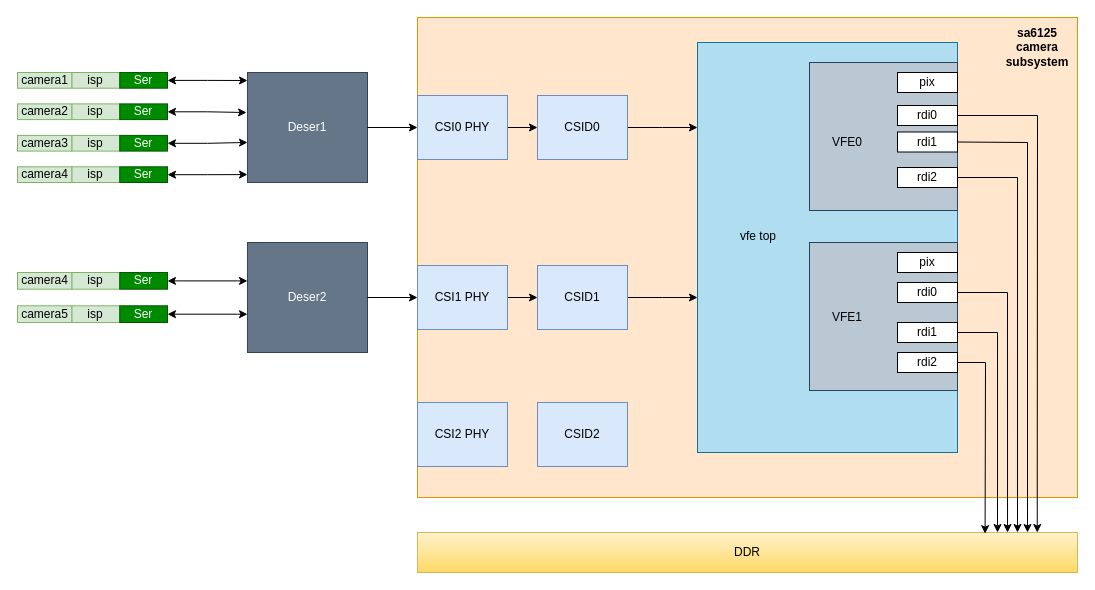
Before: 6125-camera.drawio in long585/gitlearn, a draw.io diagram. Source tidied: cells renumbered, new cells numbered last; positions are measured from the earlier drawing's top-left corner, leaving out a move shared by most shapes. Both pictures are drawn from the tidied source at 100%, with x=0, y=0 at pixel (17, 17).
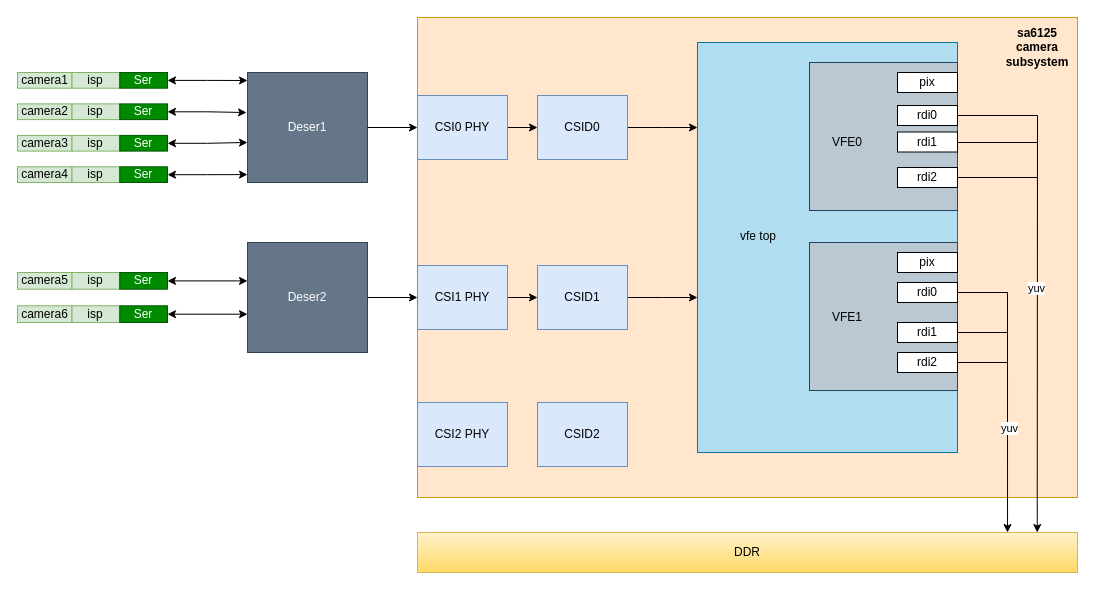
After the change.

The change refers to these unchanged cells:
```xml
<mxCell id="4" style="group;" parent="2" vertex="1">
  <mxGeometry y="30" width="150" height="50" as="geometry" />
</mxCell>
<mxCell id="52" value="rdi1" style="rounded=0;whiteSpace=wrap;html=1;fillColor=default;" parent="46" vertex="1">
  <mxGeometry x="200" y="89.5" width="60" height="20" as="geometry" />
</mxCell>
<mxCell id="53" value="rdi2" style="rounded=0;whiteSpace=wrap;html=1;fillColor=default;" parent="46" vertex="1">
  <mxGeometry x="200" y="125" width="60" height="20" as="geometry" />
</mxCell>
<mxCell id="57" value="rdi2" style="rounded=0;whiteSpace=wrap;html=1;fillColor=default;" parent="46" vertex="1">
  <mxGeometry x="200" y="310" width="60" height="20" as="geometry" />
</mxCell>
<mxCell id="61" value="DDR" style="rounded=0;whiteSpace=wrap;html=1;fillColor=#fff2cc;gradientColor=#ffd966;strokeColor=#d6b656;" parent="1" vertex="1">
  <mxGeometry x="400" y="515" width="660" height="40" as="geometry" />
</mxCell>
<mxCell id="62" style="endArrow=classic;html=1;rounded=0;exitX=1;exitY=0.5;exitDx=0;exitDy=0;jumpStyle=line;entryX=0.939;entryY=0;entryDx=0;entryDy=0;entryPerimeter=0;" parent="1" edge="1" source="51" target="61">
  <mxGeometry relative="1" as="geometry">
    <Array as="points">
      <mxPoint x="1020" y="98" />
    </Array>
  </mxGeometry>
</mxCell>
<mxCell id="65" style="endArrow=classic;html=1;rounded=0;jumpStyle=line;exitX=1;exitY=0.5;exitDx=0;exitDy=0;entryX=0.894;entryY=0;entryDx=0;entryDy=0;entryPerimeter=0;" parent="1" edge="1" source="55" target="61">
  <mxGeometry relative="1" as="geometry">
    <Array as="points">
      <mxPoint x="990" y="275" />
    </Array>
  </mxGeometry>
</mxCell>
```

Change to the diagram source:
```diff
@@
-    <mxCell id="5" value="camera4" style="rounded=0;whiteSpace=wrap;html=1;fillColor=#d5e8d4;strokeColor=#82b366;" parent="4" vertex="1">
+    <mxCell id="5" value="camera5" style="rounded=0;whiteSpace=wrap;html=1;fillColor=#d5e8d4;strokeColor=#82b366;" parent="4" vertex="1">
       <mxGeometry width="54.5" height="16.7" as="geometry" />
     </mxCell>
@@
-    <mxCell id="8" value="camera5" style="rounded=0;whiteSpace=wrap;html=1;fillColor=#d5e8d4;strokeColor=#82b366;" parent="4" vertex="1">
+    <mxCell id="8" value="camera6" style="rounded=0;whiteSpace=wrap;html=1;fillColor=#d5e8d4;strokeColor=#82b366;" parent="4" vertex="1">
       <mxGeometry y="33.3" width="54.5" height="16.7" as="geometry" />
     </mxCell>
@@
-    <mxCell id="63" style="endArrow=classic;html=1;rounded=0;jumpStyle=line;exitX=1;exitY=0.5;exitDx=0;exitDy=0;" parent="1" edge="1" source="52">
-      <mxGeometry relative="1" as="geometry">
-        <mxPoint x="1010" y="515" as="targetPoint" />
-        <Array as="points">
-          <mxPoint x="1010" y="125" />
-        </Array>
-      </mxGeometry>
-    </mxCell>
-    <mxCell id="64" style="endArrow=classic;html=1;rounded=0;jumpStyle=line;exitX=1;exitY=0.5;exitDx=0;exitDy=0;" parent="1" edge="1" source="53">
-      <mxGeometry relative="1" as="geometry">
-        <mxPoint x="1000" y="515" as="targetPoint" />
-        <Array as="points">
-          <mxPoint x="1000" y="160" />
-        </Array>
-      </mxGeometry>
-    </mxCell>
+    <mxCell id="68" value="yuv" style="edgeLabel;html=1;align=center;verticalAlign=middle;" parent="62" vertex="1">
+      <mxGeometry x="0.02" y="-1" relative="1" as="geometry" />
+    </mxCell>
@@
-    <mxCell id="66" style="endArrow=classic;html=1;rounded=0;jumpStyle=line;" parent="1" edge="1">
-      <mxGeometry relative="1" as="geometry">
-        <mxPoint x="940" y="315" as="sourcePoint" />
-        <mxPoint x="980" y="515" as="targetPoint" />
-        <Array as="points">
-          <mxPoint x="980" y="315" />
-        </Array>
-      </mxGeometry>
-    </mxCell>
-    <mxCell id="67" style="endArrow=classic;html=1;rounded=0;jumpStyle=line;exitX=1;exitY=0.5;exitDx=0;exitDy=0;entryX=0.86;entryY=0.029;entryDx=0;entryDy=0;entryPerimeter=0;" parent="1" edge="1" source="57" target="61">
-      <mxGeometry relative="1" as="geometry">
-        <Array as="points">
-          <mxPoint x="968" y="345" />
-        </Array>
-      </mxGeometry>
-    </mxCell>
+    <mxCell id="69" value="yuv" style="edgeLabel;html=1;align=center;verticalAlign=middle;" parent="65" vertex="1">
+      <mxGeometry x="0.28" y="1" relative="1" as="geometry" />
+    </mxCell>
+    <mxCell id="70" style="endArrow=none;html=1;rounded=0;jumpStyle=line;" parent="1" edge="1">
+      <mxGeometry relative="1" as="geometry">
+        <mxPoint x="940" y="125" as="sourcePoint" />
+        <mxPoint x="1020" y="125" as="targetPoint" />
+      </mxGeometry>
+    </mxCell>
+    <mxCell id="71" style="endArrow=none;html=1;rounded=0;jumpStyle=line;exitX=1;exitY=0.5;exitDx=0;exitDy=0;" parent="1" edge="1" source="53">
+      <mxGeometry relative="1" as="geometry">
+        <mxPoint x="1020" y="160" as="targetPoint" />
+      </mxGeometry>
+    </mxCell>
+    <mxCell id="72" style="endArrow=none;html=1;rounded=0;jumpStyle=line;" parent="1" edge="1">
+      <mxGeometry relative="1" as="geometry">
+        <mxPoint x="940" y="315" as="sourcePoint" />
+        <mxPoint x="990" y="315" as="targetPoint" />
+      </mxGeometry>
+    </mxCell>
+    <mxCell id="73" style="endArrow=none;html=1;rounded=0;jumpStyle=line;" parent="1" edge="1">
+      <mxGeometry relative="1" as="geometry">
+        <mxPoint x="940" y="345" as="sourcePoint" />
+        <mxPoint x="990" y="345" as="targetPoint" />
+      </mxGeometry>
+    </mxCell>
```
